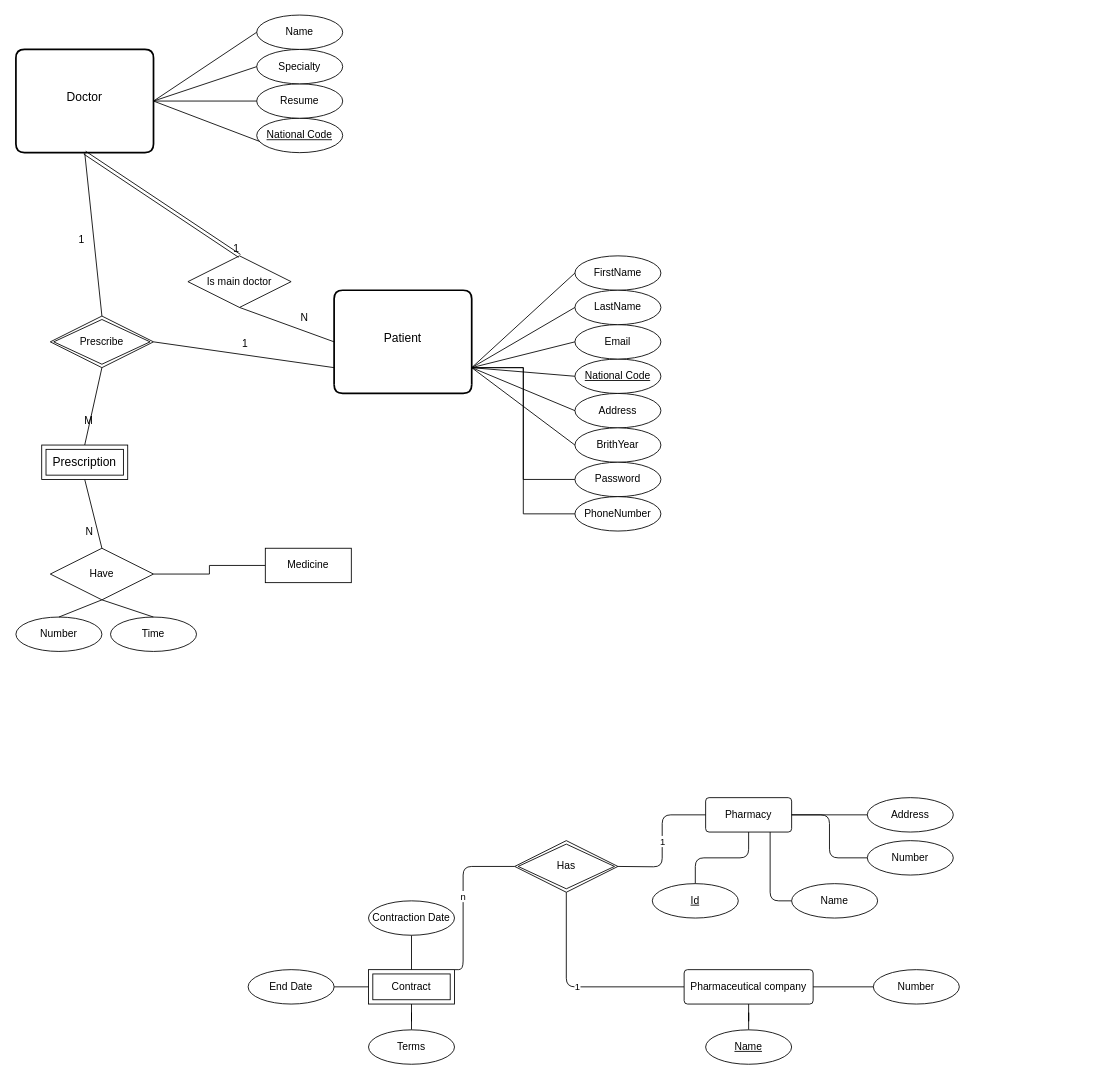
The draw.io diagram Untitled Diagram.drawio in yasharzb/Health-Management, before the edit. Source tidied: cells renumbered, new cells numbered last; positions are measured from the earlier drawing's top-left corner, leaving out a move shared by most shapes. Both pictures are drawn from the tidied source at 86%, with x=0, y=0 at pixel (15, 15).
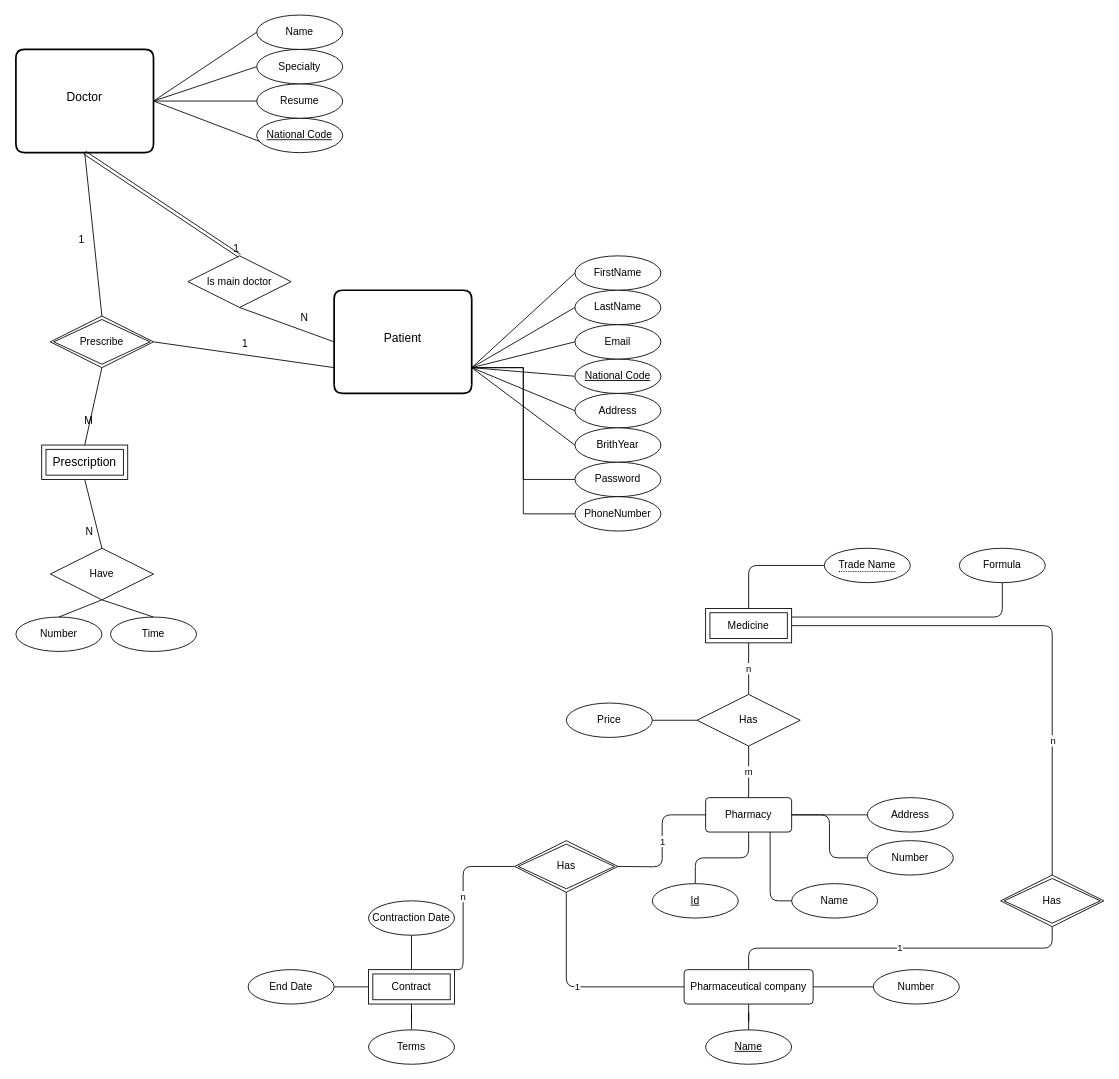
After the change.

Commit message:
Add medicine entity and its relation between production diagram

Unchanged cells that the change refers to:
```xml
<mxCell id="40" value="Have" style="shape=rhombus;perimeter=rhombusPerimeter;whiteSpace=wrap;html=1;align=center;" parent="1" vertex="1">
  <mxGeometry x="40" y="620" width="120" height="60" as="geometry" />
</mxCell>
<mxCell id="57" value="Pharmaceutical company" style="rounded=1;arcSize=10;whiteSpace=wrap;html=1;align=center;" parent="1" vertex="1">
  <mxGeometry x="777" y="1110" width="150" height="40" as="geometry" />
</mxCell>
<mxCell id="62" value="Pharmacy" style="rounded=1;arcSize=10;whiteSpace=wrap;html=1;align=center;" parent="1" vertex="1">
  <mxGeometry x="802" y="910" width="100" height="40" as="geometry" />
</mxCell>
```

Diff of the diagram source:
```diff
@@
-    <mxCell id="39" style="edgeStyle=orthogonalEdgeStyle;rounded=0;jettySize=auto;html=1;exitX=1;exitY=0.5;exitDx=0;exitDy=0;entryX=0;entryY=0.5;entryDx=0;entryDy=0;endArrow=none;endFill=0;" parent="1" edge="1" source="40" target="75">
-      <mxGeometry relative="1" as="geometry" />
-    </mxCell>
@@
+    <mxCell id="76" value="Has" style="shape=rhombus;double=1;perimeter=rhombusPerimeter;whiteSpace=wrap;html=1;align=center;" parent="1" vertex="1">
+      <mxGeometry x="580" y="960" width="120" height="60" as="geometry" />
+    </mxCell>
+    <mxCell id="77" style="edgeStyle=orthogonalEdgeStyle;rounded=1;jettySize=auto;html=1;exitX=1;exitY=0.5;exitDx=0;exitDy=0;entryX=0.5;entryY=0;entryDx=0;entryDy=0;endArrow=none;endFill=0;" parent="1" edge="1" source="75" target="87">
+      <mxGeometry relative="1" as="geometry" />
+    </mxCell>
+    <mxCell id="78" value="n" style="edgeLabel;html=1;align=center;verticalAlign=middle;" parent="77" vertex="1">
+      <mxGeometry x="0.47" relative="1" as="geometry" />
+    </mxCell>
+    <mxCell id="79" style="edgeStyle=orthogonalEdgeStyle;rounded=1;jettySize=auto;html=1;exitX=0.5;exitY=1;exitDx=0;exitDy=0;entryX=1;entryY=0.25;entryDx=0;entryDy=0;endArrow=none;endFill=0;" parent="1" edge="1" source="80" target="75">
+      <mxGeometry relative="1" as="geometry" />
+    </mxCell>
+    <mxCell id="80" value="Formula" style="ellipse;whiteSpace=wrap;html=1;align=center;" parent="1" vertex="1">
+      <mxGeometry x="1097" y="620" width="100" height="40" as="geometry" />
+    </mxCell>
+    <mxCell id="81" value="1" style="edgeStyle=orthogonalEdgeStyle;rounded=1;jettySize=auto;html=1;exitX=0.5;exitY=1;exitDx=0;exitDy=0;entryX=0.5;entryY=0;entryDx=0;entryDy=0;endArrow=none;endFill=0;" parent="1" edge="1" source="87" target="57">
+      <mxGeometry relative="1" as="geometry" />
+    </mxCell>
-    <mxCell id="75" value="Medicine" style="whiteSpace=wrap;html=1;align=center;" parent="1" vertex="1">
-      <mxGeometry x="290" y="620" width="100" height="40" as="geometry" />
+    <mxCell id="75" value="Medicine" style="shape=ext;margin=3;double=1;whiteSpace=wrap;html=1;align=center;" parent="1" vertex="1">
+      <mxGeometry x="802" y="690" width="100" height="40" as="geometry" />
     </mxCell>
-    <mxCell id="76" value="Has" style="shape=rhombus;double=1;perimeter=rhombusPerimeter;whiteSpace=wrap;html=1;align=center;" parent="1" vertex="1">
-      <mxGeometry x="580" y="960" width="120" height="60" as="geometry" />
-    </mxCell>
+    <mxCell id="82" style="edgeStyle=orthogonalEdgeStyle;rounded=1;jettySize=auto;html=1;exitX=0;exitY=0.5;exitDx=0;exitDy=0;entryX=0.5;entryY=0;entryDx=0;entryDy=0;endArrow=none;endFill=0;" parent="1" edge="1" source="83" target="75">
+      <mxGeometry relative="1" as="geometry" />
+    </mxCell>
+    <mxCell id="83" value="&lt;span style=&quot;border-bottom: 1px dotted&quot;&gt;Trade Name&lt;br&gt;&lt;/span&gt;" style="ellipse;whiteSpace=wrap;html=1;align=center;" parent="1" vertex="1">
+      <mxGeometry x="940" y="620" width="100" height="40" as="geometry" />
+    </mxCell>
+    <mxCell id="84" value="m" style="edgeStyle=orthogonalEdgeStyle;rounded=1;jettySize=auto;html=1;endArrow=none;endFill=0;" parent="1" edge="1" source="86" target="62">
+      <mxGeometry relative="1" as="geometry" />
+    </mxCell>
+    <mxCell id="85" value="n" style="edgeStyle=orthogonalEdgeStyle;rounded=1;jettySize=auto;html=1;endArrow=none;endFill=0;" parent="1" edge="1" source="86" target="75">
+      <mxGeometry relative="1" as="geometry" />
+    </mxCell>
+    <mxCell id="86" value="Has" style="shape=rhombus;perimeter=rhombusPerimeter;whiteSpace=wrap;html=1;align=center;" parent="1" vertex="1">
+      <mxGeometry x="792" y="790" width="120" height="60" as="geometry" />
+    </mxCell>
+    <mxCell id="87" value="Has" style="shape=rhombus;double=1;perimeter=rhombusPerimeter;whiteSpace=wrap;html=1;align=center;" parent="1" vertex="1">
+      <mxGeometry x="1145" y="1000" width="120" height="60" as="geometry" />
+    </mxCell>
+    <mxCell id="88" style="edgeStyle=orthogonalEdgeStyle;rounded=1;jettySize=auto;html=1;endArrow=none;endFill=0;" parent="1" edge="1" source="89" target="86">
+      <mxGeometry relative="1" as="geometry" />
+    </mxCell>
+    <mxCell id="89" value="Price" style="ellipse;whiteSpace=wrap;html=1;align=center;" parent="1" vertex="1">
+      <mxGeometry x="640" y="800" width="100" height="40" as="geometry" />
+    </mxCell>
```
